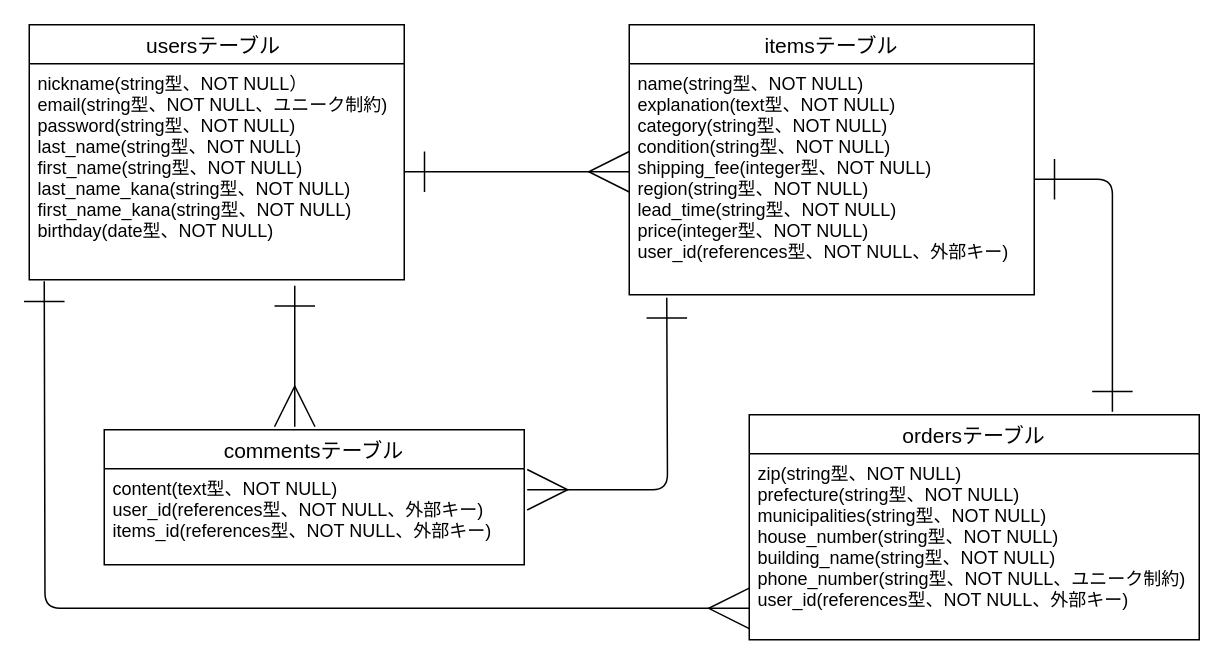
The draw.io diagram ER図.dio in ritsu1022/furima-38953, before the edit. Source tidied: cells renumbered, new cells numbered last; positions are measured from the earlier drawing's top-left corner, leaving out a move shared by most shapes. Both pictures are drawn from the tidied source at 150%, with x=0, y=0 at pixel (28, 24).
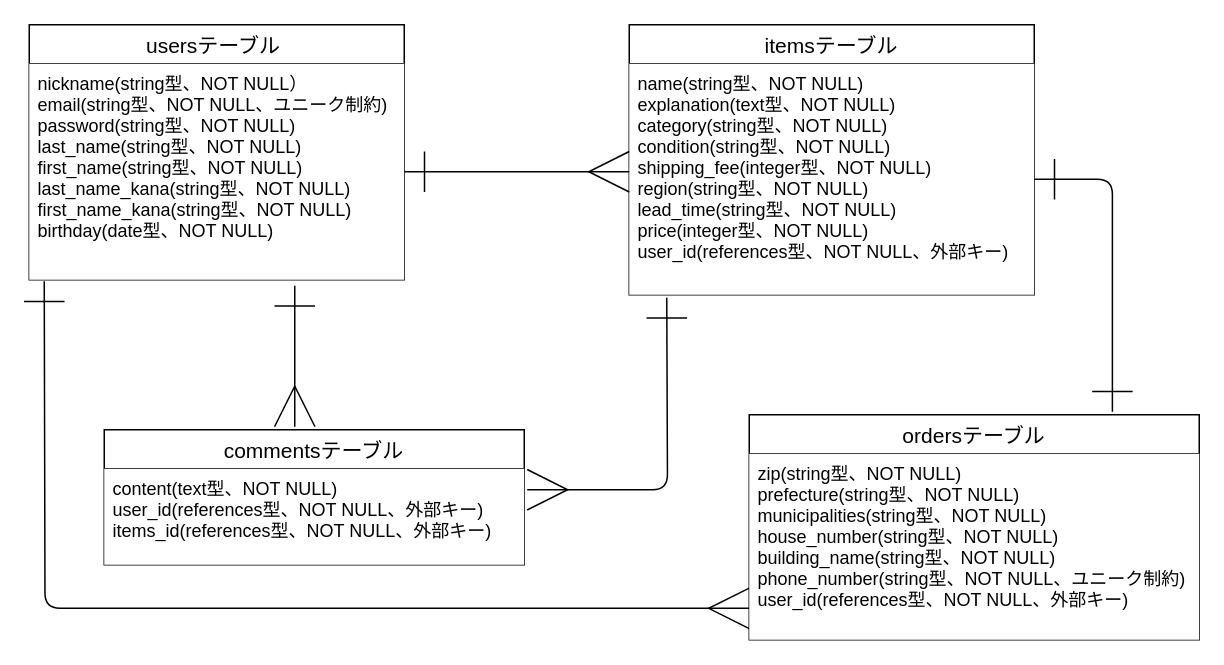
After the change.

What changed in the source:
```diff
@@
 <mxGraphModel>
   <root>
     <mxCell id="0" />
     <mxCell id="1" parent="0" />
-    <mxCell id="2" value="usersテーブル " style="swimlane;fontStyle=0;horizontal=1;startSize=26;align=center;fontSize=14;" parent="1" vertex="1">
+    <mxCell id="2" value="usersテーブル " style="swimlane;fontStyle=0;horizontal=1;startSize=26;align=center;fontSize=14;fillColor=#FFFFFF;" parent="1" vertex="1">
       <mxGeometry width="250" height="170" as="geometry" />
     </mxCell>
-    <mxCell id="3" value="nickname(string型、NOT NULL）&#10;email(string型、NOT NULL、ユニーク制約)&#10;password(string型、NOT NULL)&#10;last_name(string型、NOT NULL)&#10;first_name(string型、NOT NULL)&#10;last_name_kana(string型、NOT NULL)&#10;first_name_kana(string型、NOT NULL)&#10;birthday(date型、NOT NULL)&#10;" style="text;strokeColor=none;fillColor=none;spacingLeft=4;spacingRight=4;overflow=hidden;fontSize=12;" parent="2" vertex="1">
+    <mxCell id="3" value="nickname(string型、NOT NULL）&#10;email(string型、NOT NULL、ユニーク制約)&#10;password(string型、NOT NULL)&#10;last_name(string型、NOT NULL)&#10;first_name(string型、NOT NULL)&#10;last_name_kana(string型、NOT NULL)&#10;first_name_kana(string型、NOT NULL)&#10;birthday(date型、NOT NULL)&#10;" style="text;strokeColor=none;fillColor=#FFFFFF;spacingLeft=4;spacingRight=4;overflow=hidden;fontSize=12;" parent="2" vertex="1">
       <mxGeometry y="26" width="250" height="144" as="geometry" />
     </mxCell>
-    <mxCell id="4" style="html=1;exitX=0;exitY=0.5;exitDx=0;exitDy=0;entryX=0;entryY=0.831;entryDx=0;entryDy=0;entryPerimeter=0;strokeWidth=1;startArrow=ERone;startFill=0;endArrow=ERmany;endFill=0;startSize=25;endSize=25;edgeStyle=orthogonalEdgeStyle;" parent="2" edge="1" target="10">
+    <mxCell id="4" style="html=1;exitX=0;exitY=0.5;exitDx=0;exitDy=0;entryX=0;entryY=0.831;entryDx=0;entryDy=0;entryPerimeter=0;strokeWidth=1;startArrow=ERone;startFill=0;endArrow=ERmany;endFill=0;startSize=25;endSize=25;edgeStyle=orthogonalEdgeStyle;fillColor=#FFFFFF;" parent="2" edge="1" target="10">
       <mxGeometry relative="1" as="geometry">
         <mxPoint x="10" y="171" as="sourcePoint" />
       </mxGeometry>
     </mxCell>
-    <mxCell id="5" value="itemsテーブル" style="swimlane;fontStyle=0;horizontal=1;startSize=26;align=center;fontSize=14;" parent="1" vertex="1">
+    <mxCell id="5" value="itemsテーブル" style="swimlane;fontStyle=0;horizontal=1;startSize=26;align=center;fontSize=14;fillColor=#FFFFFF;" parent="1" vertex="1">
       <mxGeometry x="400" width="270" height="180" as="geometry" />
     </mxCell>
-    <mxCell id="6" value="name(string型、NOT NULL)&#10;explanation(text型、NOT NULL)&#10;category(string型、NOT NULL)&#10;condition(string型、NOT NULL)&#10;shipping_fee(integer型、NOT NULL)&#10;region(string型、NOT NULL)&#10;lead_time(string型、NOT NULL)&#10;price(integer型、NOT NULL)&#10;user_id(references型、NOT NULL、外部キー)&#10;" style="text;strokeColor=none;fillColor=none;spacingLeft=4;spacingRight=4;overflow=hidden;points=[[0,0.5],[1,0.5]];portConstraint=eastwest;fontSize=12;" parent="5" vertex="1">
+    <mxCell id="6" value="name(string型、NOT NULL)&#10;explanation(text型、NOT NULL)&#10;category(string型、NOT NULL)&#10;condition(string型、NOT NULL)&#10;shipping_fee(integer型、NOT NULL)&#10;region(string型、NOT NULL)&#10;lead_time(string型、NOT NULL)&#10;price(integer型、NOT NULL)&#10;user_id(references型、NOT NULL、外部キー)&#10;" style="text;strokeColor=none;fillColor=#FFFFFF;spacingLeft=4;spacingRight=4;overflow=hidden;points=[[0,0.5],[1,0.5]];portConstraint=eastwest;fontSize=12;" parent="5" vertex="1">
       <mxGeometry y="26" width="270" height="154" as="geometry" />
     </mxCell>
-    <mxCell id="7" value="commentsテーブル" style="swimlane;fontStyle=0;horizontal=1;startSize=26;align=center;fontSize=14;" parent="1" vertex="1">
+    <mxCell id="7" value="commentsテーブル" style="swimlane;fontStyle=0;horizontal=1;startSize=26;align=center;fontSize=14;fillColor=#FFFFFF;" parent="1" vertex="1">
       <mxGeometry x="50" y="270" width="280" height="90" as="geometry" />
     </mxCell>
-    <mxCell id="8" value="content(text型、NOT NULL)&#10;user_id(references型、NOT NULL、外部キー)&#10;items_id(references型、NOT NULL、外部キー)&#10;" style="text;strokeColor=none;fillColor=none;spacingLeft=4;spacingRight=4;overflow=hidden;points=[[0,0.5],[1,0.5]];portConstraint=eastwest;fontSize=12;" parent="7" vertex="1">
+    <mxCell id="8" value="content(text型、NOT NULL)&#10;user_id(references型、NOT NULL、外部キー)&#10;items_id(references型、NOT NULL、外部キー)&#10;" style="text;strokeColor=none;fillColor=#FFFFFF;spacingLeft=4;spacingRight=4;overflow=hidden;points=[[0,0.5],[1,0.5]];portConstraint=eastwest;fontSize=12;" parent="7" vertex="1">
       <mxGeometry y="26" width="280" height="64" as="geometry" />
     </mxCell>
-    <mxCell id="9" value="ordersテーブル" style="swimlane;fontStyle=0;horizontal=1;startSize=26;align=center;fontSize=14;" parent="1" vertex="1">
+    <mxCell id="9" value="ordersテーブル" style="swimlane;fontStyle=0;horizontal=1;startSize=26;align=center;fontSize=14;fillColor=#FFFFFF;" parent="1" vertex="1">
       <mxGeometry x="480" y="260" width="300" height="150" as="geometry" />
     </mxCell>
-    <mxCell id="10" value="zip(string型、NOT NULL)&#10;prefecture(string型、NOT NULL)&#10;municipalities(string型、NOT NULL)&#10;house_number(string型、NOT NULL)&#10;building_name(string型、NOT NULL)&#10;phone_number(string型、NOT NULL、ユニーク制約)&#10;user_id(references型、NOT NULL、外部キー)" style="text;strokeColor=none;fillColor=none;spacingLeft=4;spacingRight=4;overflow=hidden;points=[[0,0.5],[1,0.5]];portConstraint=eastwest;fontSize=12;" parent="9" vertex="1">
+    <mxCell id="10" value="zip(string型、NOT NULL)&#10;prefecture(string型、NOT NULL)&#10;municipalities(string型、NOT NULL)&#10;house_number(string型、NOT NULL)&#10;building_name(string型、NOT NULL)&#10;phone_number(string型、NOT NULL、ユニーク制約)&#10;user_id(references型、NOT NULL、外部キー)" style="text;strokeColor=none;fillColor=#FFFFFF;spacingLeft=4;spacingRight=4;overflow=hidden;points=[[0,0.5],[1,0.5]];portConstraint=eastwest;fontSize=12;" parent="9" vertex="1">
       <mxGeometry y="26" width="300" height="124" as="geometry" />
     </mxCell>
-    <mxCell id="11" style="edgeStyle=none;html=1;startArrow=ERone;startFill=0;endArrow=ERmany;endFill=0;strokeWidth=1;endSize=25;startSize=25;" parent="1" edge="1">
+    <mxCell id="11" style="edgeStyle=none;html=1;startArrow=ERone;startFill=0;endArrow=ERmany;endFill=0;strokeWidth=1;endSize=25;startSize=25;fillColor=#FFFFFF;" parent="1" edge="1">
       <mxGeometry relative="1" as="geometry">
         <mxPoint x="250" y="98" as="sourcePoint" />
         <mxPoint x="400" y="98" as="targetPoint" />
       </mxGeometry>
     </mxCell>
-    <mxCell id="12" style="edgeStyle=none;html=1;strokeWidth=1;startArrow=ERone;startFill=0;endArrow=ERmany;endFill=0;startSize=25;endSize=25;exitX=0.708;exitY=1.021;exitDx=0;exitDy=0;exitPerimeter=0;" parent="1" edge="1">
+    <mxCell id="12" style="edgeStyle=none;html=1;strokeWidth=1;startArrow=ERone;startFill=0;endArrow=ERmany;endFill=0;startSize=25;endSize=25;exitX=0.708;exitY=1.021;exitDx=0;exitDy=0;exitPerimeter=0;fillColor=#FFFFFF;" parent="1" edge="1">
       <mxGeometry relative="1" as="geometry">
         <mxPoint x="177" y="174" as="sourcePoint" />
         <mxPoint x="177" y="268" as="targetPoint" />
       </mxGeometry>
     </mxCell>
-    <mxCell id="13" style="html=1;exitX=0;exitY=0.5;exitDx=0;exitDy=0;strokeWidth=1;startArrow=ERone;startFill=0;endArrow=ERmany;endFill=0;startSize=25;endSize=25;edgeStyle=orthogonalEdgeStyle;entryX=1.007;entryY=0.219;entryDx=0;entryDy=0;entryPerimeter=0;" parent="1" edge="1" target="8">
+    <mxCell id="13" style="html=1;exitX=0;exitY=0.5;exitDx=0;exitDy=0;strokeWidth=1;startArrow=ERone;startFill=0;endArrow=ERmany;endFill=0;startSize=25;endSize=25;edgeStyle=orthogonalEdgeStyle;entryX=1.007;entryY=0.219;entryDx=0;entryDy=0;entryPerimeter=0;fillColor=#FFFFFF;" parent="1" edge="1" target="8">
       <mxGeometry relative="1" as="geometry">
         <mxPoint x="425" y="182" as="sourcePoint" />
       </mxGeometry>
     </mxCell>
-    <mxCell id="14" style="edgeStyle=orthogonalEdgeStyle;html=1;exitX=1;exitY=0.5;exitDx=0;exitDy=0;entryX=0.807;entryY=-0.013;entryDx=0;entryDy=0;entryPerimeter=0;strokeWidth=1;startArrow=ERone;startFill=0;endArrow=ERone;endFill=0;startSize=25;endSize=25;" parent="1" edge="1" source="6" target="9">
+    <mxCell id="14" style="edgeStyle=orthogonalEdgeStyle;html=1;exitX=1;exitY=0.5;exitDx=0;exitDy=0;entryX=0.807;entryY=-0.013;entryDx=0;entryDy=0;entryPerimeter=0;strokeWidth=1;startArrow=ERone;startFill=0;endArrow=ERone;endFill=0;startSize=25;endSize=25;fillColor=#FFFFFF;" parent="1" edge="1" source="6" target="9">
       <mxGeometry relative="1" as="geometry" />
     </mxCell>
   </root>
 </mxGraphModel>
```
